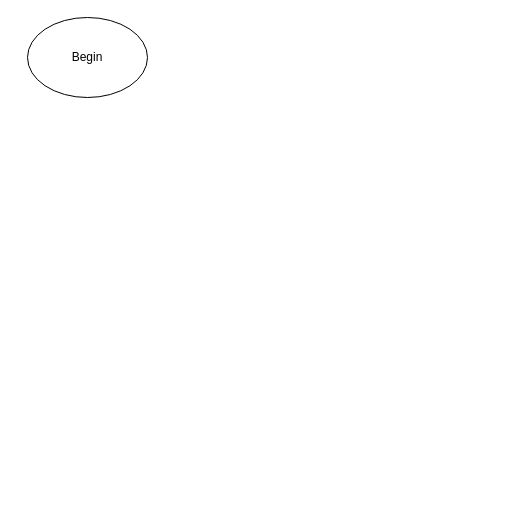
Earlier version of the draw.io diagram Sort.drawio (106210049/OOP_excercise). Source tidied: cells renumbered, new cells numbered last; positions are measured from the earlier drawing's top-left corner, leaving out a move shared by most shapes. Both pictures are drawn from the tidied source at 100%, with x=0, y=0 at pixel (27, 17).
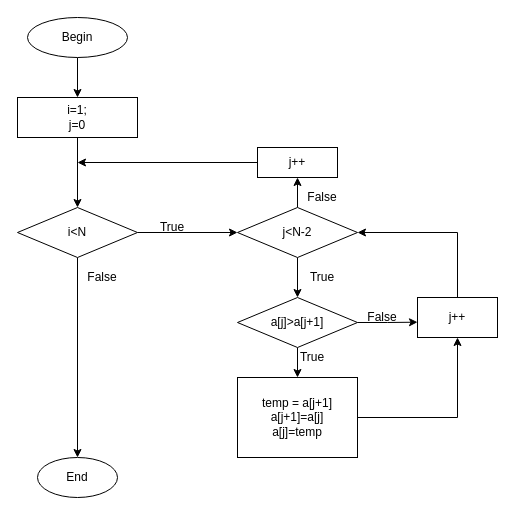
The same diagram, later.

What changed in the source:
```diff
@@
+    <mxCell id="3" style="edgeStyle=orthogonalEdgeStyle;rounded=0;jettySize=auto;html=1;" parent="1" edge="1" source="2" target="5">
+      <mxGeometry relative="1" as="geometry" />
+    </mxCell>
     <mxCell id="2" value="Begin" style="ellipse;whiteSpace=wrap;html=1;" parent="1" vertex="1">
-      <mxGeometry width="120" height="80" as="geometry" />
+      <mxGeometry width="100" height="40" as="geometry" />
     </mxCell>
+    <mxCell id="4" style="edgeStyle=orthogonalEdgeStyle;rounded=0;jettySize=auto;html=1;" parent="1" edge="1" source="5" target="8">
+      <mxGeometry relative="1" as="geometry" />
+    </mxCell>
+    <mxCell id="5" value="i=1;&lt;br&gt;j=0" style="rounded=0;whiteSpace=wrap;html=1;" parent="1" vertex="1">
+      <mxGeometry x="-10" y="80" width="120" height="40" as="geometry" />
+    </mxCell>
+    <mxCell id="6" style="edgeStyle=orthogonalEdgeStyle;rounded=0;jettySize=auto;html=1;exitX=1;exitY=0.5;exitDx=0;exitDy=0;entryX=0;entryY=0.5;entryDx=0;entryDy=0;" parent="1" edge="1" source="8" target="11">
+      <mxGeometry relative="1" as="geometry" />
+    </mxCell>
+    <mxCell id="7" style="edgeStyle=orthogonalEdgeStyle;rounded=0;jettySize=auto;html=1;entryX=0.5;entryY=0;entryDx=0;entryDy=0;" parent="1" edge="1" source="8" target="20">
+      <mxGeometry relative="1" as="geometry" />
+    </mxCell>
+    <mxCell id="8" value="i&amp;lt;N" style="rhombus;whiteSpace=wrap;html=1;" parent="1" vertex="1">
+      <mxGeometry x="-10" y="190" width="120" height="50" as="geometry" />
+    </mxCell>
+    <mxCell id="9" style="edgeStyle=orthogonalEdgeStyle;rounded=0;jettySize=auto;html=1;entryX=0.5;entryY=0;entryDx=0;entryDy=0;" parent="1" edge="1" source="11" target="13">
+      <mxGeometry relative="1" as="geometry" />
+    </mxCell>
+    <mxCell id="10" style="edgeStyle=orthogonalEdgeStyle;rounded=0;jettySize=auto;html=1;entryX=0.5;entryY=1;entryDx=0;entryDy=0;" parent="1" edge="1" source="11" target="19">
+      <mxGeometry relative="1" as="geometry" />
+    </mxCell>
+    <mxCell id="11" value="j&amp;lt;N-2" style="rhombus;whiteSpace=wrap;html=1;" parent="1" vertex="1">
+      <mxGeometry x="210" y="190" width="120" height="50" as="geometry" />
+    </mxCell>
+    <mxCell id="12" style="edgeStyle=orthogonalEdgeStyle;rounded=0;jettySize=auto;html=1;" parent="1" edge="1" source="13" target="15">
+      <mxGeometry relative="1" as="geometry" />
+    </mxCell>
+    <mxCell id="13" value="a[j]&amp;gt;a[j+1]" style="rhombus;whiteSpace=wrap;html=1;" parent="1" vertex="1">
+      <mxGeometry x="210" y="280" width="120" height="50" as="geometry" />
+    </mxCell>
+    <mxCell id="14" style="edgeStyle=orthogonalEdgeStyle;rounded=0;jettySize=auto;html=1;entryX=0.5;entryY=1;entryDx=0;entryDy=0;" parent="1" edge="1" source="15" target="17">
+      <mxGeometry relative="1" as="geometry" />
+    </mxCell>
+    <mxCell id="15" value="temp = a[j+1]&lt;br&gt;a[j+1]=a[j]&lt;br&gt;a[j]=temp" style="rounded=0;whiteSpace=wrap;html=1;" parent="1" vertex="1">
+      <mxGeometry x="210" y="360" width="120" height="80" as="geometry" />
+    </mxCell>
+    <mxCell id="16" style="edgeStyle=orthogonalEdgeStyle;rounded=0;jettySize=auto;html=1;entryX=1;entryY=0.5;entryDx=0;entryDy=0;" parent="1" edge="1" source="17" target="11">
+      <mxGeometry relative="1" as="geometry">
+        <Array as="points">
+          <mxPoint x="430" y="215" />
+        </Array>
+      </mxGeometry>
+    </mxCell>
+    <mxCell id="17" value="j++" style="rounded=0;whiteSpace=wrap;html=1;" parent="1" vertex="1">
+      <mxGeometry x="390" y="280" width="80" height="40" as="geometry" />
+    </mxCell>
+    <mxCell id="18" style="edgeStyle=orthogonalEdgeStyle;rounded=0;jettySize=auto;html=1;" parent="1" edge="1" source="19">
+      <mxGeometry relative="1" as="geometry">
+        <mxPoint x="50" y="145" as="targetPoint" />
+      </mxGeometry>
+    </mxCell>
+    <mxCell id="19" value="j++" style="rounded=0;whiteSpace=wrap;html=1;" parent="1" vertex="1">
+      <mxGeometry x="230" y="130" width="80" height="30" as="geometry" />
+    </mxCell>
+    <mxCell id="20" value="End" style="ellipse;whiteSpace=wrap;html=1;" parent="1" vertex="1">
+      <mxGeometry x="10" y="440" width="80" height="40" as="geometry" />
+    </mxCell>
+    <mxCell id="21" value="True" style="text;strokeColor=none;align=center;fillColor=none;html=1;verticalAlign=middle;whiteSpace=wrap;rounded=0;" parent="1" vertex="1">
+      <mxGeometry x="270" y="250" width="50" height="20" as="geometry" />
+    </mxCell>
+    <mxCell id="22" value="True" style="text;strokeColor=none;align=center;fillColor=none;html=1;verticalAlign=middle;whiteSpace=wrap;rounded=0;" parent="1" vertex="1">
+      <mxGeometry x="120" y="200" width="50" height="20" as="geometry" />
+    </mxCell>
+    <mxCell id="23" value="True" style="text;strokeColor=none;align=center;fillColor=none;html=1;verticalAlign=middle;whiteSpace=wrap;rounded=0;" parent="1" vertex="1">
+      <mxGeometry x="260" y="330" width="50" height="20" as="geometry" />
+    </mxCell>
+    <mxCell id="24" value="False" style="text;strokeColor=none;align=center;fillColor=none;html=1;verticalAlign=middle;whiteSpace=wrap;rounded=0;" parent="1" vertex="1">
+      <mxGeometry x="270" y="170" width="50" height="20" as="geometry" />
+    </mxCell>
+    <mxCell id="25" value="False" style="text;strokeColor=none;align=center;fillColor=none;html=1;verticalAlign=middle;whiteSpace=wrap;rounded=0;" parent="1" vertex="1">
+      <mxGeometry x="50" y="250" width="50" height="20" as="geometry" />
+    </mxCell>
+    <mxCell id="26" value="False" style="text;strokeColor=none;align=center;fillColor=none;html=1;verticalAlign=middle;whiteSpace=wrap;rounded=0;" parent="1" vertex="1">
+      <mxGeometry x="330" y="290" width="50" height="20" as="geometry" />
+    </mxCell>
+    <mxCell id="27" style="edgeStyle=orthogonalEdgeStyle;rounded=0;jettySize=auto;html=1;exitX=1;exitY=0.5;exitDx=0;exitDy=0;entryX=0;entryY=0.617;entryDx=0;entryDy=0;entryPerimeter=0;" parent="1" edge="1" source="13" target="17">
+      <mxGeometry relative="1" as="geometry" />
+    </mxCell>
```
